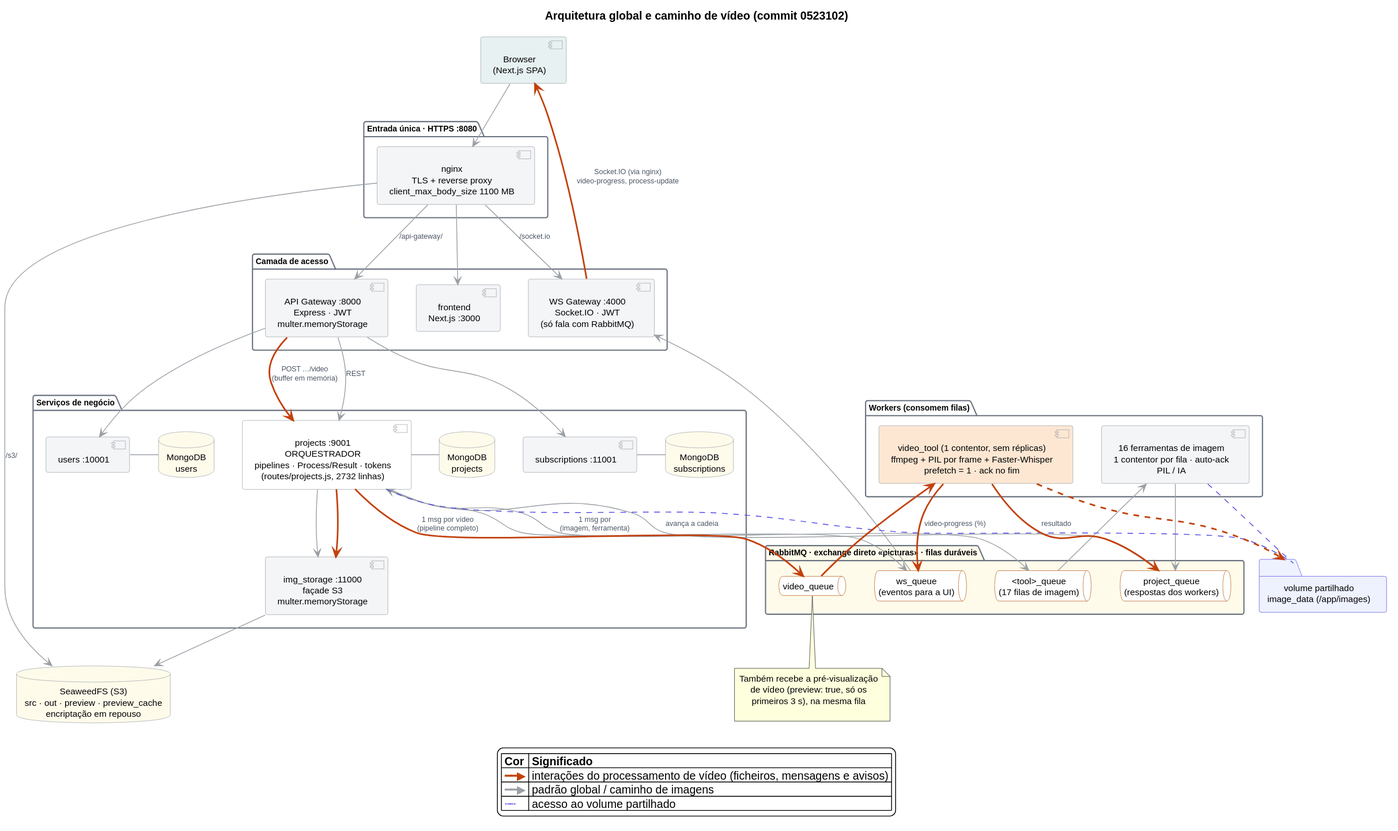
Above: docs/fase2/relatorio/images/arquitetura_global.svg in l1mitX/picturas-27 (PlantUML), before the change. Source of this version:
```plantuml
@startuml
top to bottom direction

skinparam backgroundColor white
skinparam shadowing false
skinparam defaultFontName Helvetica
skinparam defaultFontSize 11
skinparam ArrowColor #9AA0A6
skinparam ArrowFontColor #4B5563
skinparam ArrowFontSize 9
skinparam ComponentBorderColor #9AA0A6
skinparam ComponentBackgroundColor #F4F5F7
skinparam DatabaseBorderColor #9AA0A6
skinparam DatabaseBackgroundColor #FFFBEB
skinparam QueueBorderColor #B45309
skinparam QueueBackgroundColor #FFFBEB
skinparam PackageBorderColor #6B7280
skinparam PackageFontSize 10
skinparam PackageStyle dashed
skinparam FolderBorderColor #4F46E5
skinparam FolderBackgroundColor #EEF2FF
skinparam defaultTextAlignment center

title Arquitetura global e caminho de vídeo (commit 0523102)

component "Browser\n(Next.js SPA)" as browser #E8F1F1

package "Entrada única · HTTPS :8080" as edge {
  component "nginx\nTLS + reverse proxy\nclient_max_body_size 1100 MB" as nginx
}

package "Camada de acesso" as access {
  component "frontend\nNext.js :3000" as frontend
  component "API Gateway :8000\nExpress · JWT\nmulter.memoryStorage" as api_gateway
  component "WS Gateway :4000\nSocket.IO · JWT\n(só fala com RabbitMQ)" as ws_gateway
}

package "Serviços de negócio" as business {
  component "projects :9001\nORQUESTRADOR\npipelines · Process/Result · tokens\n(routes/projects.js, 2732 linhas)" as projects #FFFFFF
  component "users :10001" as users
  component "subscriptions :11001" as subscriptions
  component "img_storage :11000\nfaçade S3\nmulter.memoryStorage" as img_storage
  database "MongoDB\nprojects" as projects_db
  database "MongoDB\nusers" as users_db
  database "MongoDB\nsubscriptions" as subs_db
}

database "SeaweedFS (S3)\nsrc · out · preview · preview_cache\nencriptação em repouso" as s3

package "RabbitMQ · exchange direto «picturas» · filas duráveis" as rmq #FFFBEB {
  queue "<tool>_queue\n(17 filas de imagem)" as tool_q #FFFFFF
  queue "video_queue" as video_q #FFFFFF
  queue "project_queue\n(respostas dos workers)" as project_q #FFFFFF
  queue "ws_queue\n(eventos para a UI)" as ws_q #FFFFFF
}

package "Workers (consomem filas)" as workers {
  component "16 ferramentas de imagem\n1 contentor por fila · auto-ack\nPIL / IA" as img_tools
  component "video_tool (1 contentor, sem réplicas)\nffmpeg + PIL por frame + Faster-Whisper\nprefetch = 1 · ack no fim" as video_tool #FDE7D3
}

folder "volume partilhado\nimage_data (/app/images)" as vol

browser --> nginx
nginx --> frontend
nginx --> api_gateway : /api-gateway/
nginx --> ws_gateway : /socket.io
nginx --> s3 : /s3/
api_gateway --> projects : REST
api_gateway --> users
api_gateway --> subscriptions
projects --> img_storage
img_storage --> s3
projects -right- projects_db
users -right- users_db
subscriptions -right- subs_db
projects --> tool_q : 1 msg por\n(imagem, ferramenta)
tool_q --> img_tools
img_tools --> project_q
project_q --> projects : avança a cadeia
projects --> ws_q
ws_q --> ws_gateway
projects -[#4F46E5,dashed,thickness=1] vol
img_tools -[#4F46E5,dashed,thickness=1] vol

api_gateway -[#C2410C,thickness=2]-> projects : POST …/video\n(buffer em memória)
projects -[#C2410C,thickness=2]-> img_storage
projects -[#C2410C,thickness=2]-> video_q : 1 msg por vídeo\n(pipeline completo)
video_q -[#C2410C,thickness=2]-> video_tool
video_tool -[#C2410C,thickness=2]-> project_q : resultado
video_tool -[#C2410C,thickness=2]-> ws_q : video-progress (%)
video_tool -[#C2410C,dashed,thickness=2]-> vol
ws_gateway -[#C2410C,thickness=2]-> browser : Socket.IO (via nginx)\nvideo-progress, process-update

note bottom of video_q
  Também recebe a pré-visualização
  de vídeo (preview: true, só os
  primeiros 3 s), na mesma fila
  <U+00A0>
end note

legend bottom
  |= Cor |= Significado |
  | <color:#C2410C>━━▶</color> | interações do processamento de vídeo (ficheiros, mensagens e avisos) |
  | <color:#9AA0A6>━━▶</color> | padrão global / caminho de imagens |
  | <color:#4F46E5>┄┄</color> | acesso ao volume partilhado |
endlegend
@enduml
```
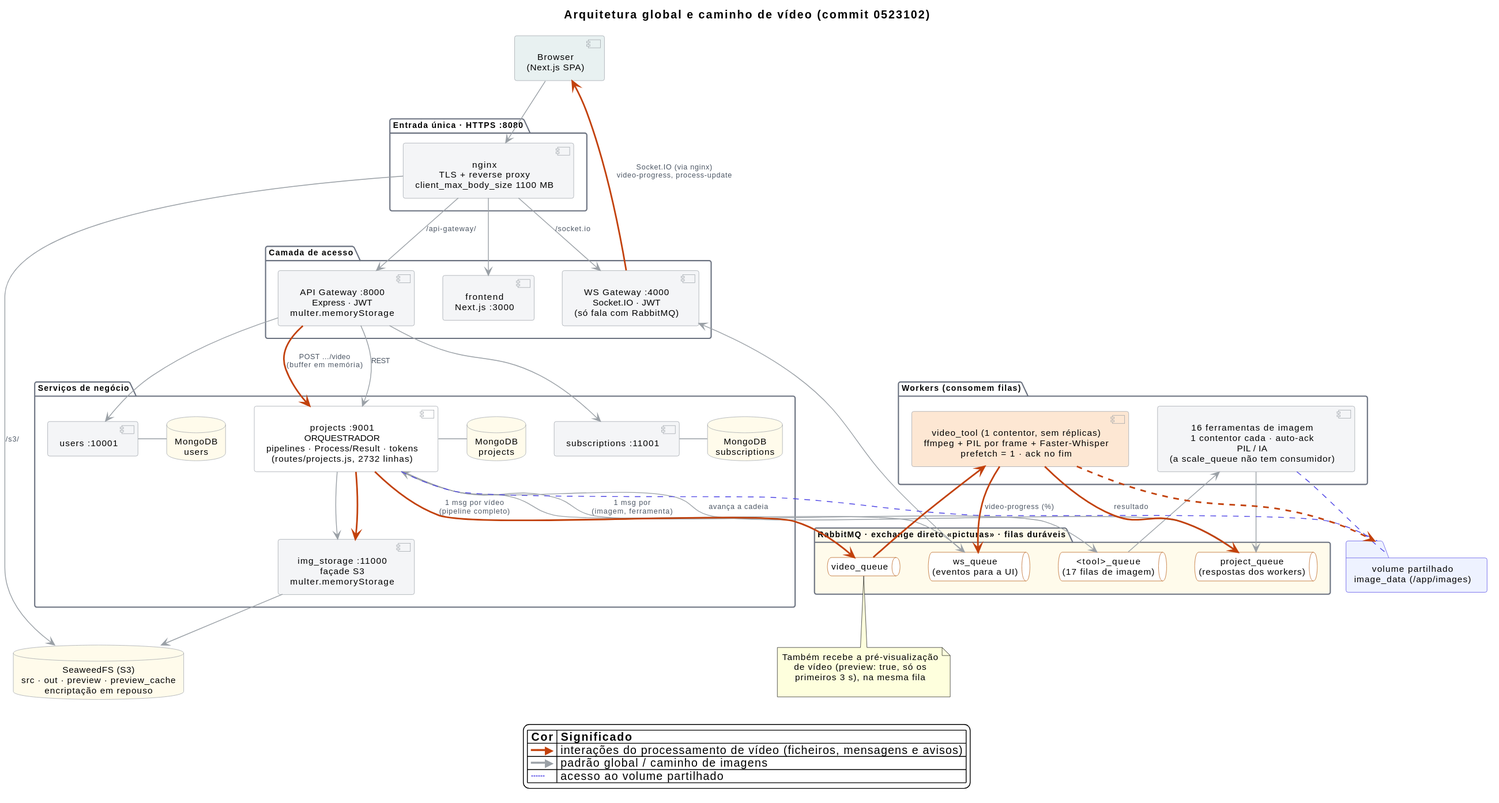
Later version of the same file.

What changed in the source:
```diff
@@ -55,7 +55,7 @@
 }
 
 package "Workers (consomem filas)" as workers {
-  component "16 ferramentas de imagem\n1 contentor por fila · auto-ack\nPIL / IA" as img_tools
+  component "16 ferramentas de imagem\n1 contentor cada · auto-ack\nPIL / IA\n(a scale_queue não tem consumidor)" as img_tools
   component "video_tool (1 contentor, sem réplicas)\nffmpeg + PIL por frame + Faster-Whisper\nprefetch = 1 · ack no fim" as video_tool #FDE7D3
 }
 
```
